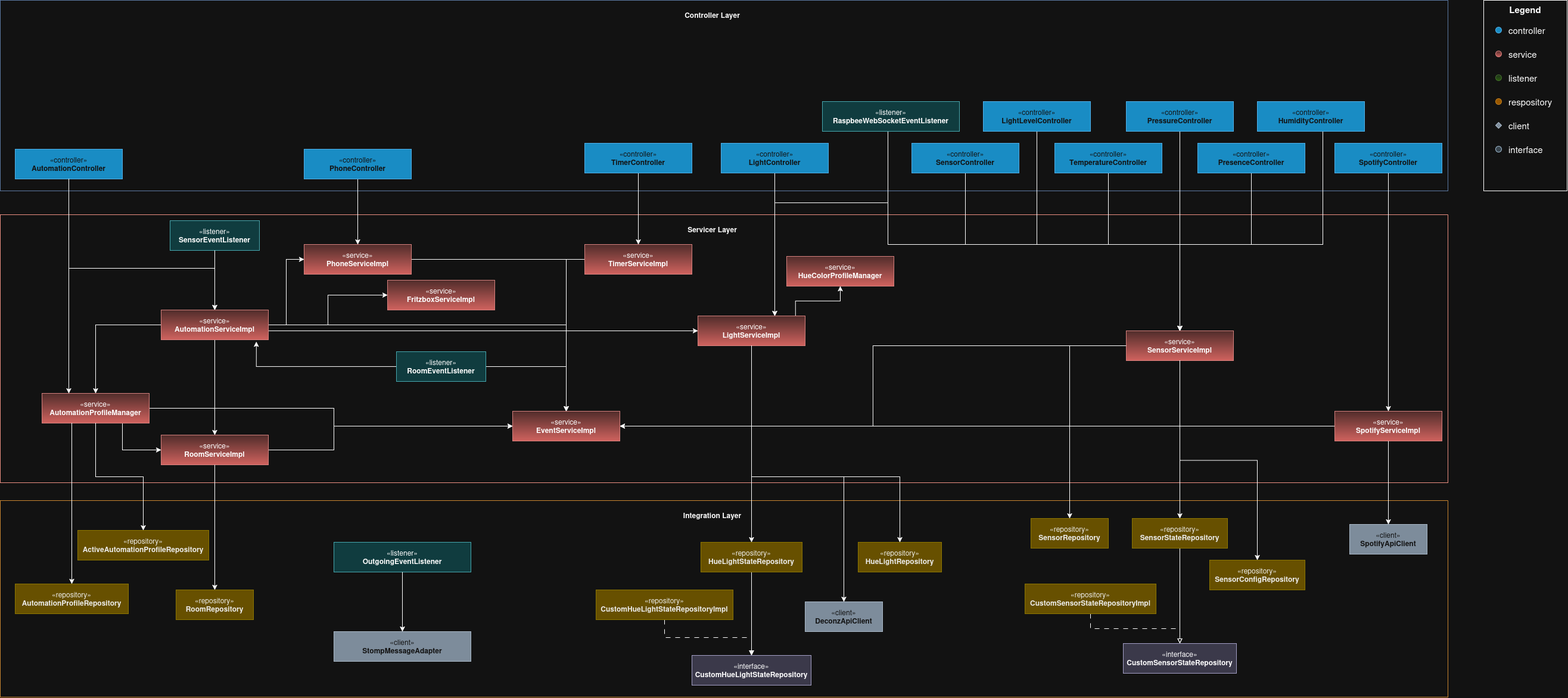
This is diagrams/layers.png from Twigman/tyche, a draw.io export, as it was before one commit. Source tidied: cells renumbered, new cells last; positions are measured from the earlier drawing's top-left corner, leaving out a move shared by most shapes.
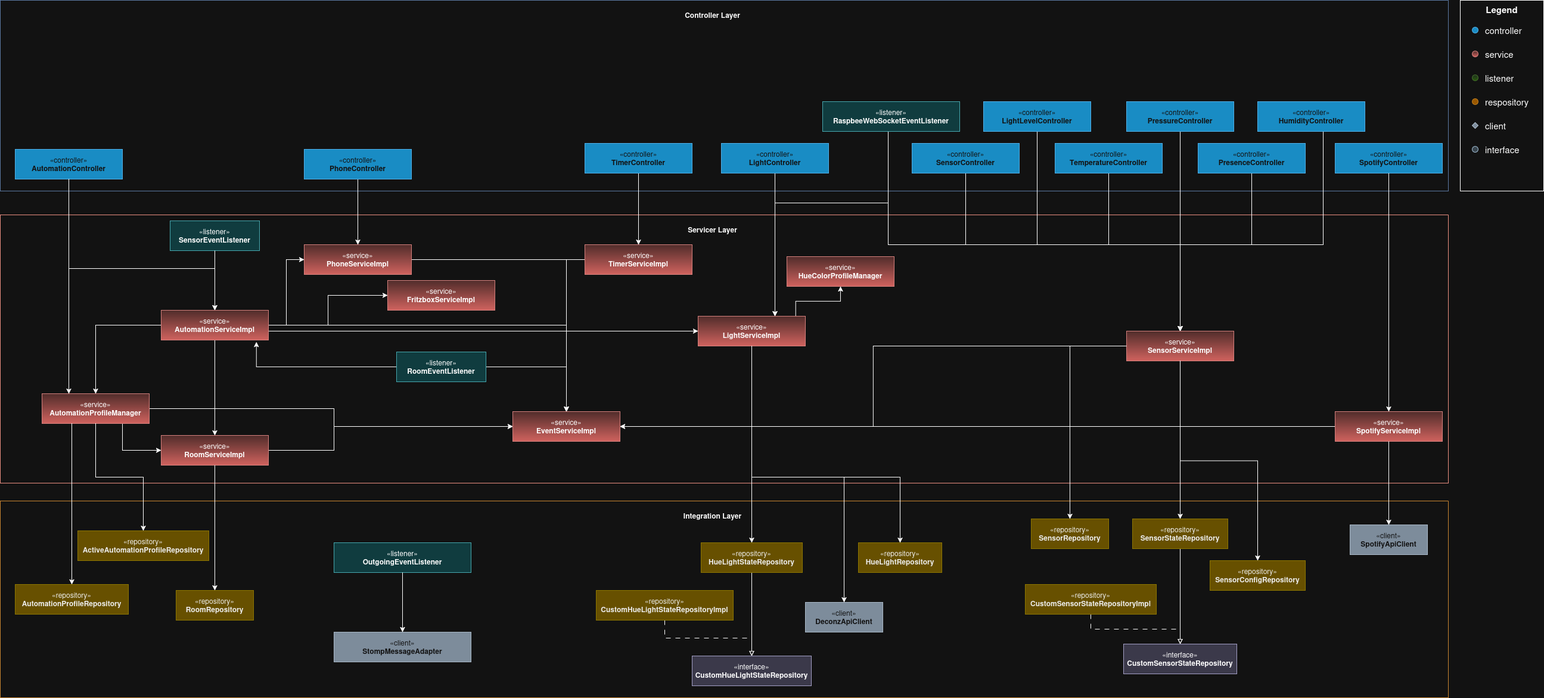
Later version of the same file.

Change to the diagram source:
```diff
@@ -148,7 +148,7 @@
     <mxCell id="44" value="«repository»&lt;br&gt;&lt;b&gt;HueLightRepository&lt;/b&gt;" style="html=1;whiteSpace=wrap;fillColor=#e3c800;strokeColor=#B09500;fontColor=#000000;" parent="37" vertex="1">
       <mxGeometry x="1440" y="70" width="140" height="50" as="geometry" />
     </mxCell>
-    <mxCell id="45" style="edgeStyle=orthogonalEdgeStyle;rounded=0;jettySize=auto;html=1;" parent="37" edge="1" source="46" target="40">
+    <mxCell id="45" style="edgeStyle=orthogonalEdgeStyle;rounded=0;jettySize=auto;html=1;endArrow=block;endFill=0;" parent="37" edge="1" source="46" target="40">
       <mxGeometry relative="1" as="geometry" />
     </mxCell>
     <mxCell id="46" value="«repository»&lt;br&gt;&lt;b&gt;HueLightStateRepository&lt;/b&gt;" style="html=1;whiteSpace=wrap;fillColor=#e3c800;strokeColor=#B09500;fontColor=#000000;" parent="37" vertex="1">
@@ -340,7 +340,7 @@
       </mxGeometry>
     </mxCell>
     <mxCell id="85" style="group;" parent="1" vertex="1">
-      <mxGeometry x="2490" width="140" height="320" as="geometry" />
+      <mxGeometry x="2450" width="140" height="320" as="geometry" />
     </mxCell>
     <mxCell id="86" style="rounded=0;whiteSpace=wrap;html=1;" parent="85" vertex="1">
       <mxGeometry width="140" height="320" as="geometry" />
```
